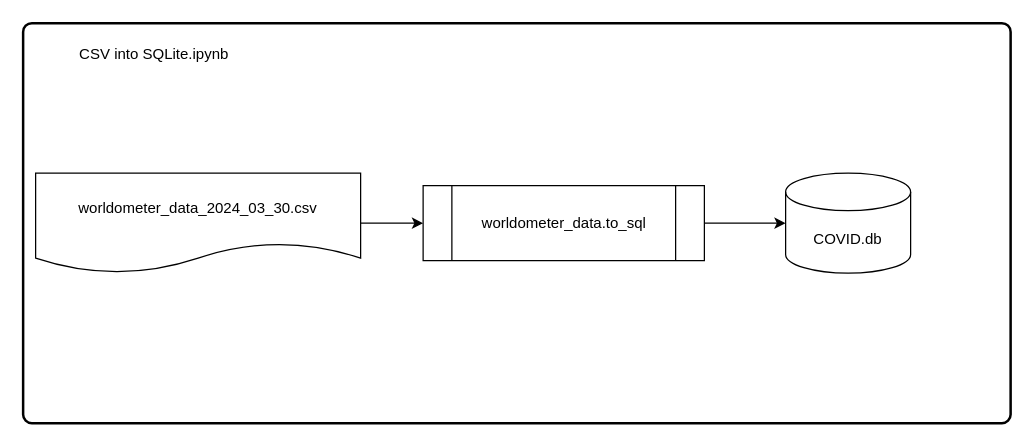
The draw.io diagram page "CSV Clean and into SQLite.ipynb" (1 of 2) of COVID lineage.drawio in jerryevalentine/UCB-Portfolio-COVID-19-Country-Death-Comparison, before the edit. Source tidied: cells renumbered, new cells numbered last; positions are measured from the earlier drawing's top-left corner, leaving out a move shared by most shapes. Both pictures are drawn from the tidied source at 125%, with x=0, y=0 at pixel (22, 22).
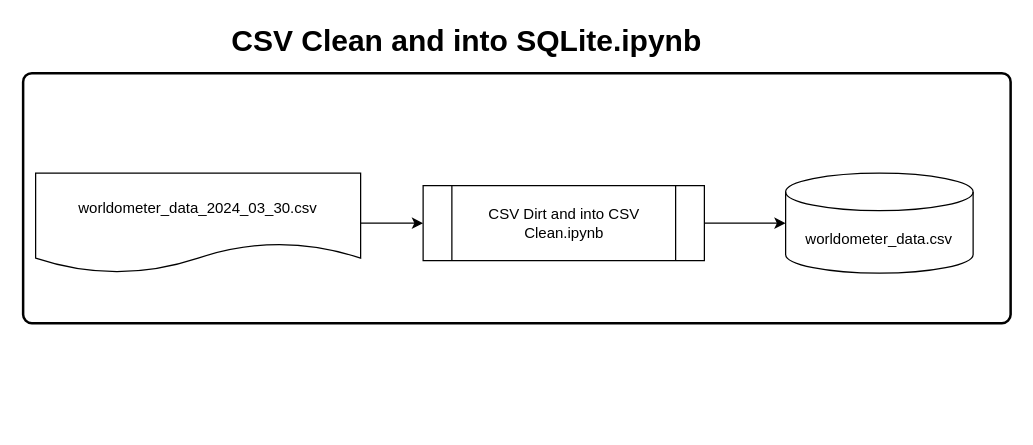
Above is the later version.

What changed in the source:
```diff
@@
 <mxGraphModel>
   <root>
     <mxCell id="0" />
     <mxCell id="1" parent="0" />
     <mxCell id="2" style="rounded=1;whiteSpace=wrap;html=1;absoluteArcSize=1;arcSize=14;strokeWidth=2;" parent="1" vertex="1">
-      <mxGeometry width="790" height="320" as="geometry" />
+      <mxGeometry y="40" width="790" height="200" as="geometry" />
     </mxCell>
     <mxCell id="3" style="edgeStyle=orthogonalEdgeStyle;rounded=0;jettySize=auto;html=1;entryX=0;entryY=0.5;entryDx=0;entryDy=0;" parent="1" edge="1" source="4" target="6">
       <mxGeometry relative="1" as="geometry" />
     </mxCell>
     <mxCell id="4" value="worldometer_data_2024_03_30.csv" style="shape=document;whiteSpace=wrap;html=1;boundedLbl=1;" parent="1" vertex="1">
       <mxGeometry x="10" y="120" width="260" height="80" as="geometry" />
     </mxCell>
     <mxCell id="5" style="edgeStyle=orthogonalEdgeStyle;rounded=0;jettySize=auto;html=1;" parent="1" edge="1" source="6" target="7">
       <mxGeometry relative="1" as="geometry" />
     </mxCell>
-    <mxCell id="6" value="worldometer_data.to_sql" style="shape=process;whiteSpace=wrap;html=1;backgroundOutline=1;" parent="1" vertex="1">
+    <mxCell id="6" value="CSV Dirt and into CSV Clean.ipynb" style="shape=process;whiteSpace=wrap;html=1;backgroundOutline=1;" parent="1" vertex="1">
       <mxGeometry x="320" y="130" width="225" height="60" as="geometry" />
     </mxCell>
-    <mxCell id="7" value="COVID.db" style="shape=cylinder3;whiteSpace=wrap;html=1;boundedLbl=1;backgroundOutline=1;size=15;" parent="1" vertex="1">
-      <mxGeometry x="610" y="120" width="100" height="80" as="geometry" />
+    <mxCell id="7" value="worldometer_data.csv" style="shape=cylinder3;whiteSpace=wrap;html=1;boundedLbl=1;backgroundOutline=1;size=15;" parent="1" vertex="1">
+      <mxGeometry x="610" y="120" width="150" height="80" as="geometry" />
     </mxCell>
-    <mxCell id="8" value="CSV into SQLite.ipynb" style="text;html=1;align=center;verticalAlign=middle;whiteSpace=wrap;rounded=0;" parent="1" vertex="1">
-      <mxGeometry x="30" y="10" width="150" height="30" as="geometry" />
+    <mxCell id="8" value="&lt;font style=&quot;font-size: 24px;&quot;&gt;CSV Clean and into SQLite.ipynb&lt;/font&gt;" style="text;html=1;align=center;verticalAlign=middle;whiteSpace=wrap;rounded=0;fontStyle=1;" parent="1" vertex="1">
+      <mxGeometry x="10" width="690" height="30" as="geometry" />
     </mxCell>
   </root>
 </mxGraphModel>
```
